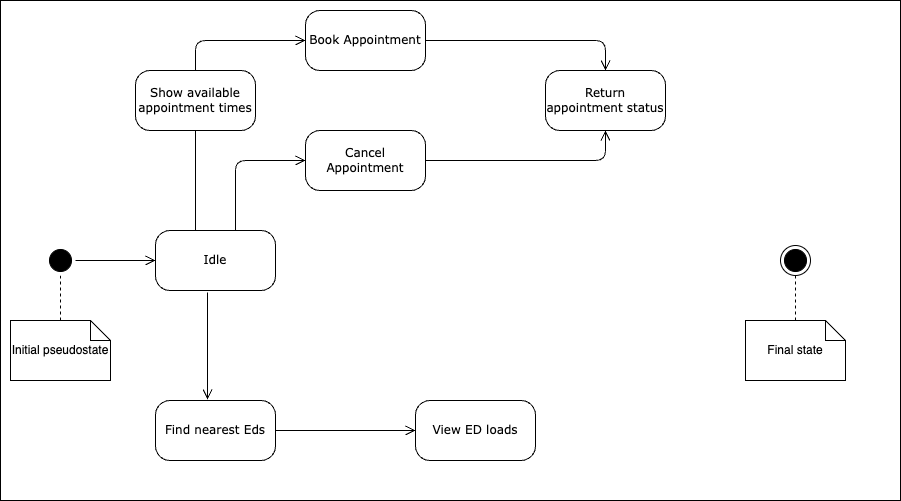
Above: diagrams/appointment_booking.drawio.png in uvic-teach/project-m1-team6 (draw.io), before the change. Source tidied: cells renumbered, new cells last; positions are measured from the earlier drawing's top-left corner, leaving out a move shared by most shapes.
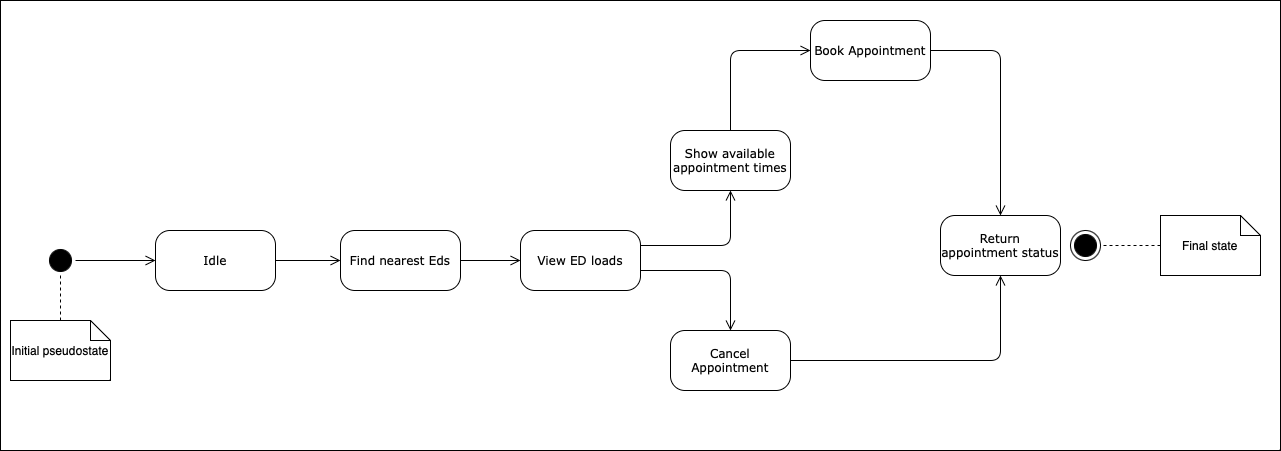
The same diagram one commit later.

Change to the diagram source:
```diff
@@ -3,21 +3,14 @@
     <mxCell id="0" />
     <mxCell id="1" parent="0" />
     <mxCell id="2" style="rounded=0;whiteSpace=wrap;html=1;" parent="1" vertex="1">
-      <mxGeometry width="900" height="500" as="geometry" />
+      <mxGeometry width="1280" height="450" as="geometry" />
     </mxCell>
     <mxCell id="3" style="ellipse;html=1;shape=startState;fillColor=#000000;strokeColor=#000000;rounded=1;shadow=0;comic=0;labelBackgroundColor=none;fontFamily=Verdana;fontSize=12;fontColor=#000000;align=center;direction=south;" parent="1" vertex="1">
       <mxGeometry x="45" y="245" width="30" height="30" as="geometry" />
     </mxCell>
     <mxCell id="4" value="Find nearest Eds" style="rounded=1;whiteSpace=wrap;html=1;arcSize=24;shadow=0;comic=0;labelBackgroundColor=none;fontFamily=Verdana;fontSize=12;align=center;" parent="1" vertex="1">
-      <mxGeometry x="155" y="400" width="120" height="60" as="geometry" />
+      <mxGeometry x="340" y="230" width="120" height="60" as="geometry" />
     </mxCell>
-    <mxCell id="5" style="edgeStyle=orthogonalEdgeStyle;rounded=1;jettySize=auto;html=1;entryX=0;entryY=0.5;entryDx=0;entryDy=0;strokeColor=#000000;endArrow=open;endFill=0;endSize=8;" parent="1" edge="1" source="6" target="20">
-      <mxGeometry relative="1" as="geometry">
-        <Array as="points">
-          <mxPoint x="235" y="160" />
-        </Array>
-      </mxGeometry>
-    </mxCell>
     <mxCell id="6" value="Idle" style="rounded=1;whiteSpace=wrap;html=1;arcSize=24;shadow=0;comic=0;labelBackgroundColor=none;fontFamily=Verdana;fontSize=12;align=center;" parent="1" vertex="1">
       <mxGeometry x="155" y="230" width="120" height="60" as="geometry" />
     </mxCell>
@@ -25,30 +18,32 @@
       <mxGeometry relative="1" as="geometry" />
     </mxCell>
     <mxCell id="8" value="Book Appointment" style="rounded=1;whiteSpace=wrap;html=1;arcSize=24;shadow=0;comic=0;labelBackgroundColor=none;fontFamily=Verdana;fontSize=12;align=center;" parent="1" vertex="1">
-      <mxGeometry x="305" y="10" width="120" height="60" as="geometry" />
+      <mxGeometry x="810" y="20" width="120" height="60" as="geometry" />
     </mxCell>
+    <mxCell id="24" style="edgeStyle=orthogonalEdgeStyle;rounded=1;jettySize=auto;html=1;endArrow=open;endFill=0;endSize=8;entryX=0.5;entryY=0;entryDx=0;entryDy=0;" parent="1" edge="1" source="9" target="20">
+      <mxGeometry relative="1" as="geometry">
+        <Array as="points">
+          <mxPoint x="730" y="270" />
+        </Array>
+      </mxGeometry>
+    </mxCell>
+    <mxCell id="25" style="edgeStyle=orthogonalEdgeStyle;rounded=1;jettySize=auto;html=1;exitX=1;exitY=0.25;exitDx=0;exitDy=0;entryX=0.5;entryY=1;entryDx=0;entryDy=0;endArrow=open;endFill=0;endSize=8;" parent="1" edge="1" source="9" target="22">
+      <mxGeometry relative="1" as="geometry" />
+    </mxCell>
     <mxCell id="9" value="View ED loads" style="rounded=1;whiteSpace=wrap;html=1;arcSize=24;shadow=0;comic=0;labelBackgroundColor=none;fontFamily=Verdana;fontSize=12;align=center;" parent="1" vertex="1">
-      <mxGeometry x="415" y="400" width="120" height="60" as="geometry" />
+      <mxGeometry x="520" y="230" width="120" height="60" as="geometry" />
     </mxCell>
     <mxCell id="10" style="edgeStyle=orthogonalEdgeStyle;html=1;labelBackgroundColor=none;endArrow=open;endSize=8;strokeColor=#000000;fontFamily=Verdana;fontSize=12;align=left;" parent="1" edge="1" source="3" target="6">
       <mxGeometry relative="1" as="geometry" />
     </mxCell>
-    <mxCell id="11" style="edgeStyle=orthogonalEdgeStyle;html=1;labelBackgroundColor=none;endArrow=open;endSize=8;strokeColor=#000000;fontFamily=Verdana;fontSize=12;align=left;entryX=0.5;entryY=1;entryDx=0;entryDy=0;" parent="1" edge="1" source="6" target="22">
-      <mxGeometry relative="1" as="geometry">
-        <Array as="points">
-          <mxPoint x="195" y="70" />
-          <mxPoint x="195" y="70" />
-        </Array>
-      </mxGeometry>
-    </mxCell>
-    <mxCell id="12" style="edgeStyle=orthogonalEdgeStyle;html=1;labelBackgroundColor=none;endArrow=open;endSize=8;strokeColor=#000000;fontFamily=Verdana;fontSize=12;align=left;exitX=0.433;exitY=1.033;exitDx=0;exitDy=0;exitPerimeter=0;entryX=0.433;entryY=-0.017;entryDx=0;entryDy=0;entryPerimeter=0;" parent="1" edge="1" source="6" target="4">
+    <mxCell id="12" style="edgeStyle=orthogonalEdgeStyle;html=1;labelBackgroundColor=none;endArrow=open;endSize=8;strokeColor=#000000;fontFamily=Verdana;fontSize=12;align=left;exitX=1;exitY=0.5;exitDx=0;exitDy=0;entryX=0;entryY=0.5;entryDx=0;entryDy=0;" parent="1" edge="1" source="6" target="4">
       <mxGeometry relative="1" as="geometry" />
     </mxCell>
     <mxCell id="13" style="edgeStyle=orthogonalEdgeStyle;html=1;exitX=1;exitY=0.5;entryX=0;entryY=0.5;labelBackgroundColor=none;endArrow=open;endSize=8;strokeColor=#000000;fontFamily=Verdana;fontSize=12;align=left;" parent="1" edge="1" source="4" target="9">
       <mxGeometry relative="1" as="geometry" />
     </mxCell>
     <mxCell id="14" style="ellipse;html=1;shape=endState;fillColor=#000000;strokeColor=#000000;rounded=1;shadow=0;comic=0;labelBackgroundColor=none;fontFamily=Verdana;fontSize=12;fontColor=#000000;align=center;" parent="1" vertex="1">
-      <mxGeometry x="780" y="245" width="30" height="30" as="geometry" />
+      <mxGeometry x="1070" y="230" width="30" height="30" as="geometry" />
     </mxCell>
     <mxCell id="15" style="edgeStyle=orthogonalEdgeStyle;rounded=0;jettySize=auto;html=1;dashed=1;endArrow=none;endFill=0;" parent="1" edge="1" source="16" target="3">
       <mxGeometry relative="1" as="geometry" />
@@ -60,26 +55,26 @@
       <mxGeometry relative="1" as="geometry" />
     </mxCell>
     <mxCell id="18" value="Final state" style="shape=note;size=20;whiteSpace=wrap;html=1;" parent="1" vertex="1">
-      <mxGeometry x="745" y="320" width="100" height="60" as="geometry" />
+      <mxGeometry x="1160" y="215" width="100" height="60" as="geometry" />
     </mxCell>
     <mxCell id="19" style="edgeStyle=orthogonalEdgeStyle;rounded=1;jettySize=auto;html=1;entryX=0.5;entryY=1;entryDx=0;entryDy=0;strokeColor=#000000;endArrow=open;endFill=0;endSize=8;" parent="1" edge="1" source="20" target="23">
       <mxGeometry relative="1" as="geometry" />
     </mxCell>
     <mxCell id="20" value="Cancel Appointment" style="rounded=1;whiteSpace=wrap;html=1;arcSize=24;shadow=0;comic=0;labelBackgroundColor=none;fontFamily=Verdana;fontSize=12;align=center;" parent="1" vertex="1">
-      <mxGeometry x="305" y="130" width="120" height="60" as="geometry" />
+      <mxGeometry x="670" y="330" width="120" height="60" as="geometry" />
     </mxCell>
-    <mxCell id="21" style="edgeStyle=orthogonalEdgeStyle;rounded=1;jettySize=auto;html=1;entryX=0;entryY=0.5;entryDx=0;entryDy=0;strokeColor=#000000;endArrow=open;endFill=0;endSize=8;" parent="1" edge="1" source="22" target="8">
+    <mxCell id="21" style="edgeStyle=orthogonalEdgeStyle;rounded=1;jettySize=auto;html=1;entryX=0;entryY=0.5;entryDx=0;entryDy=0;strokeColor=#000000;endArrow=open;endFill=0;endSize=8;exitX=0.5;exitY=0;exitDx=0;exitDy=0;" parent="1" edge="1" source="22" target="8">
       <mxGeometry relative="1" as="geometry">
         <Array as="points">
-          <mxPoint x="195" y="40" />
+          <mxPoint x="730" y="50" />
         </Array>
       </mxGeometry>
     </mxCell>
     <mxCell id="22" value="Show available appointment times" style="rounded=1;whiteSpace=wrap;html=1;arcSize=24;shadow=0;comic=0;labelBackgroundColor=none;fontFamily=Verdana;fontSize=12;align=center;" parent="1" vertex="1">
-      <mxGeometry x="135" y="70" width="120" height="60" as="geometry" />
+      <mxGeometry x="670" y="130" width="120" height="60" as="geometry" />
     </mxCell>
     <mxCell id="23" value="Return appointment status" style="rounded=1;whiteSpace=wrap;html=1;arcSize=24;shadow=0;comic=0;labelBackgroundColor=none;fontFamily=Verdana;fontSize=12;align=center;" parent="1" vertex="1">
-      <mxGeometry x="545" y="70" width="120" height="60" as="geometry" />
+      <mxGeometry x="940" y="215" width="120" height="60" as="geometry" />
     </mxCell>
   </root>
 </mxGraphModel>
```
